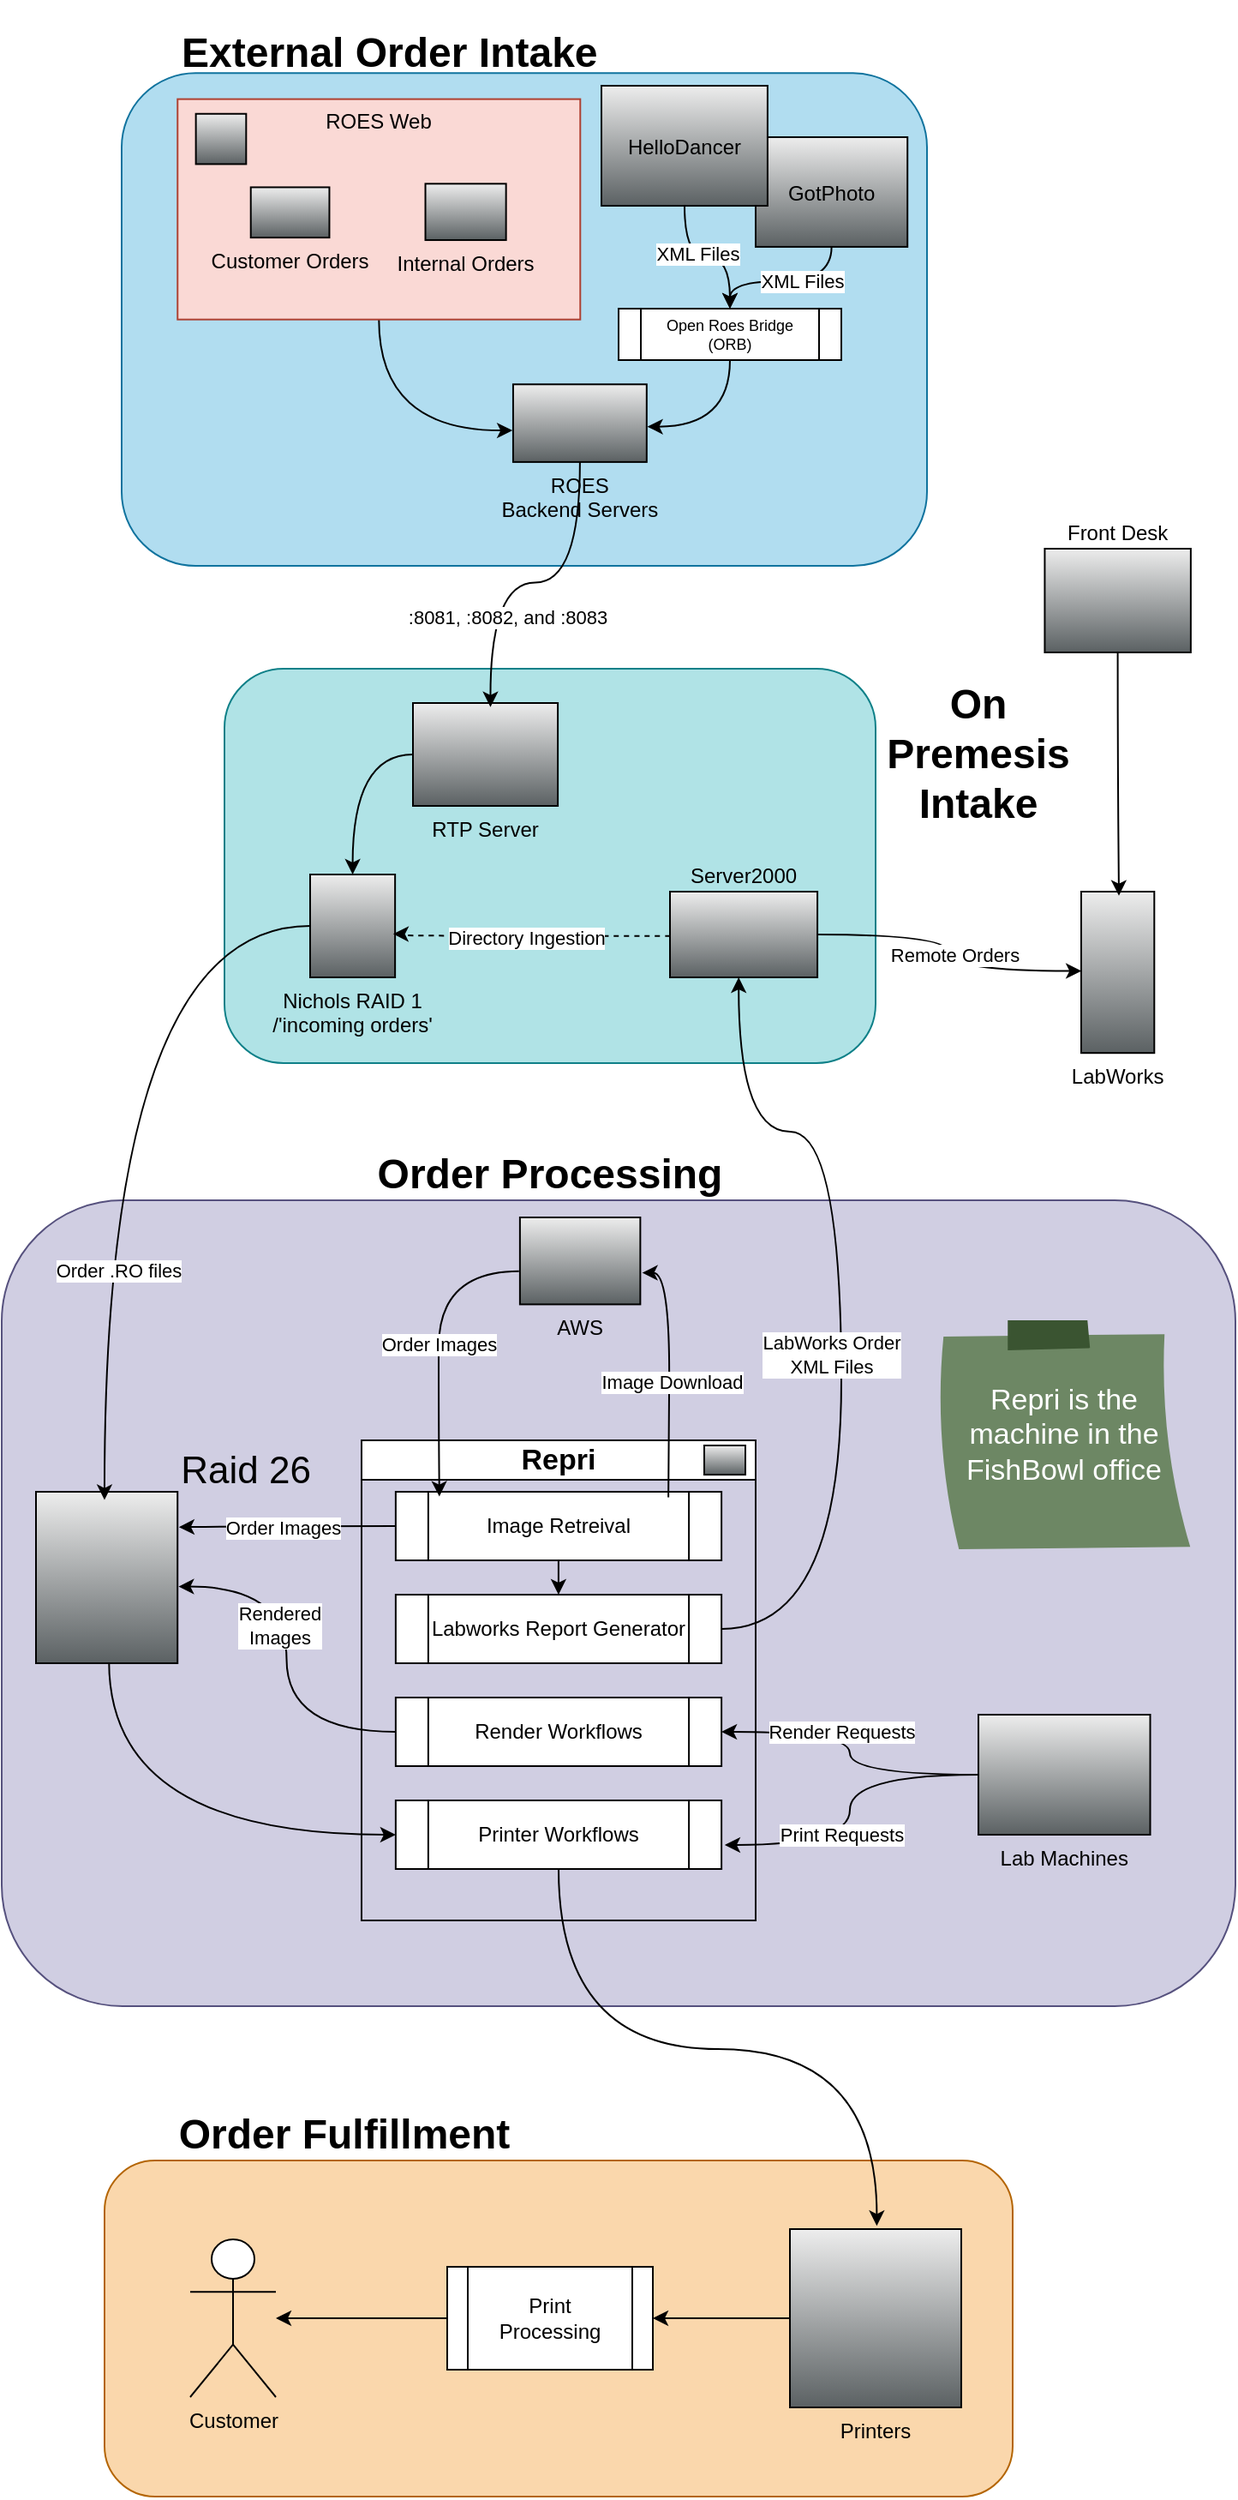
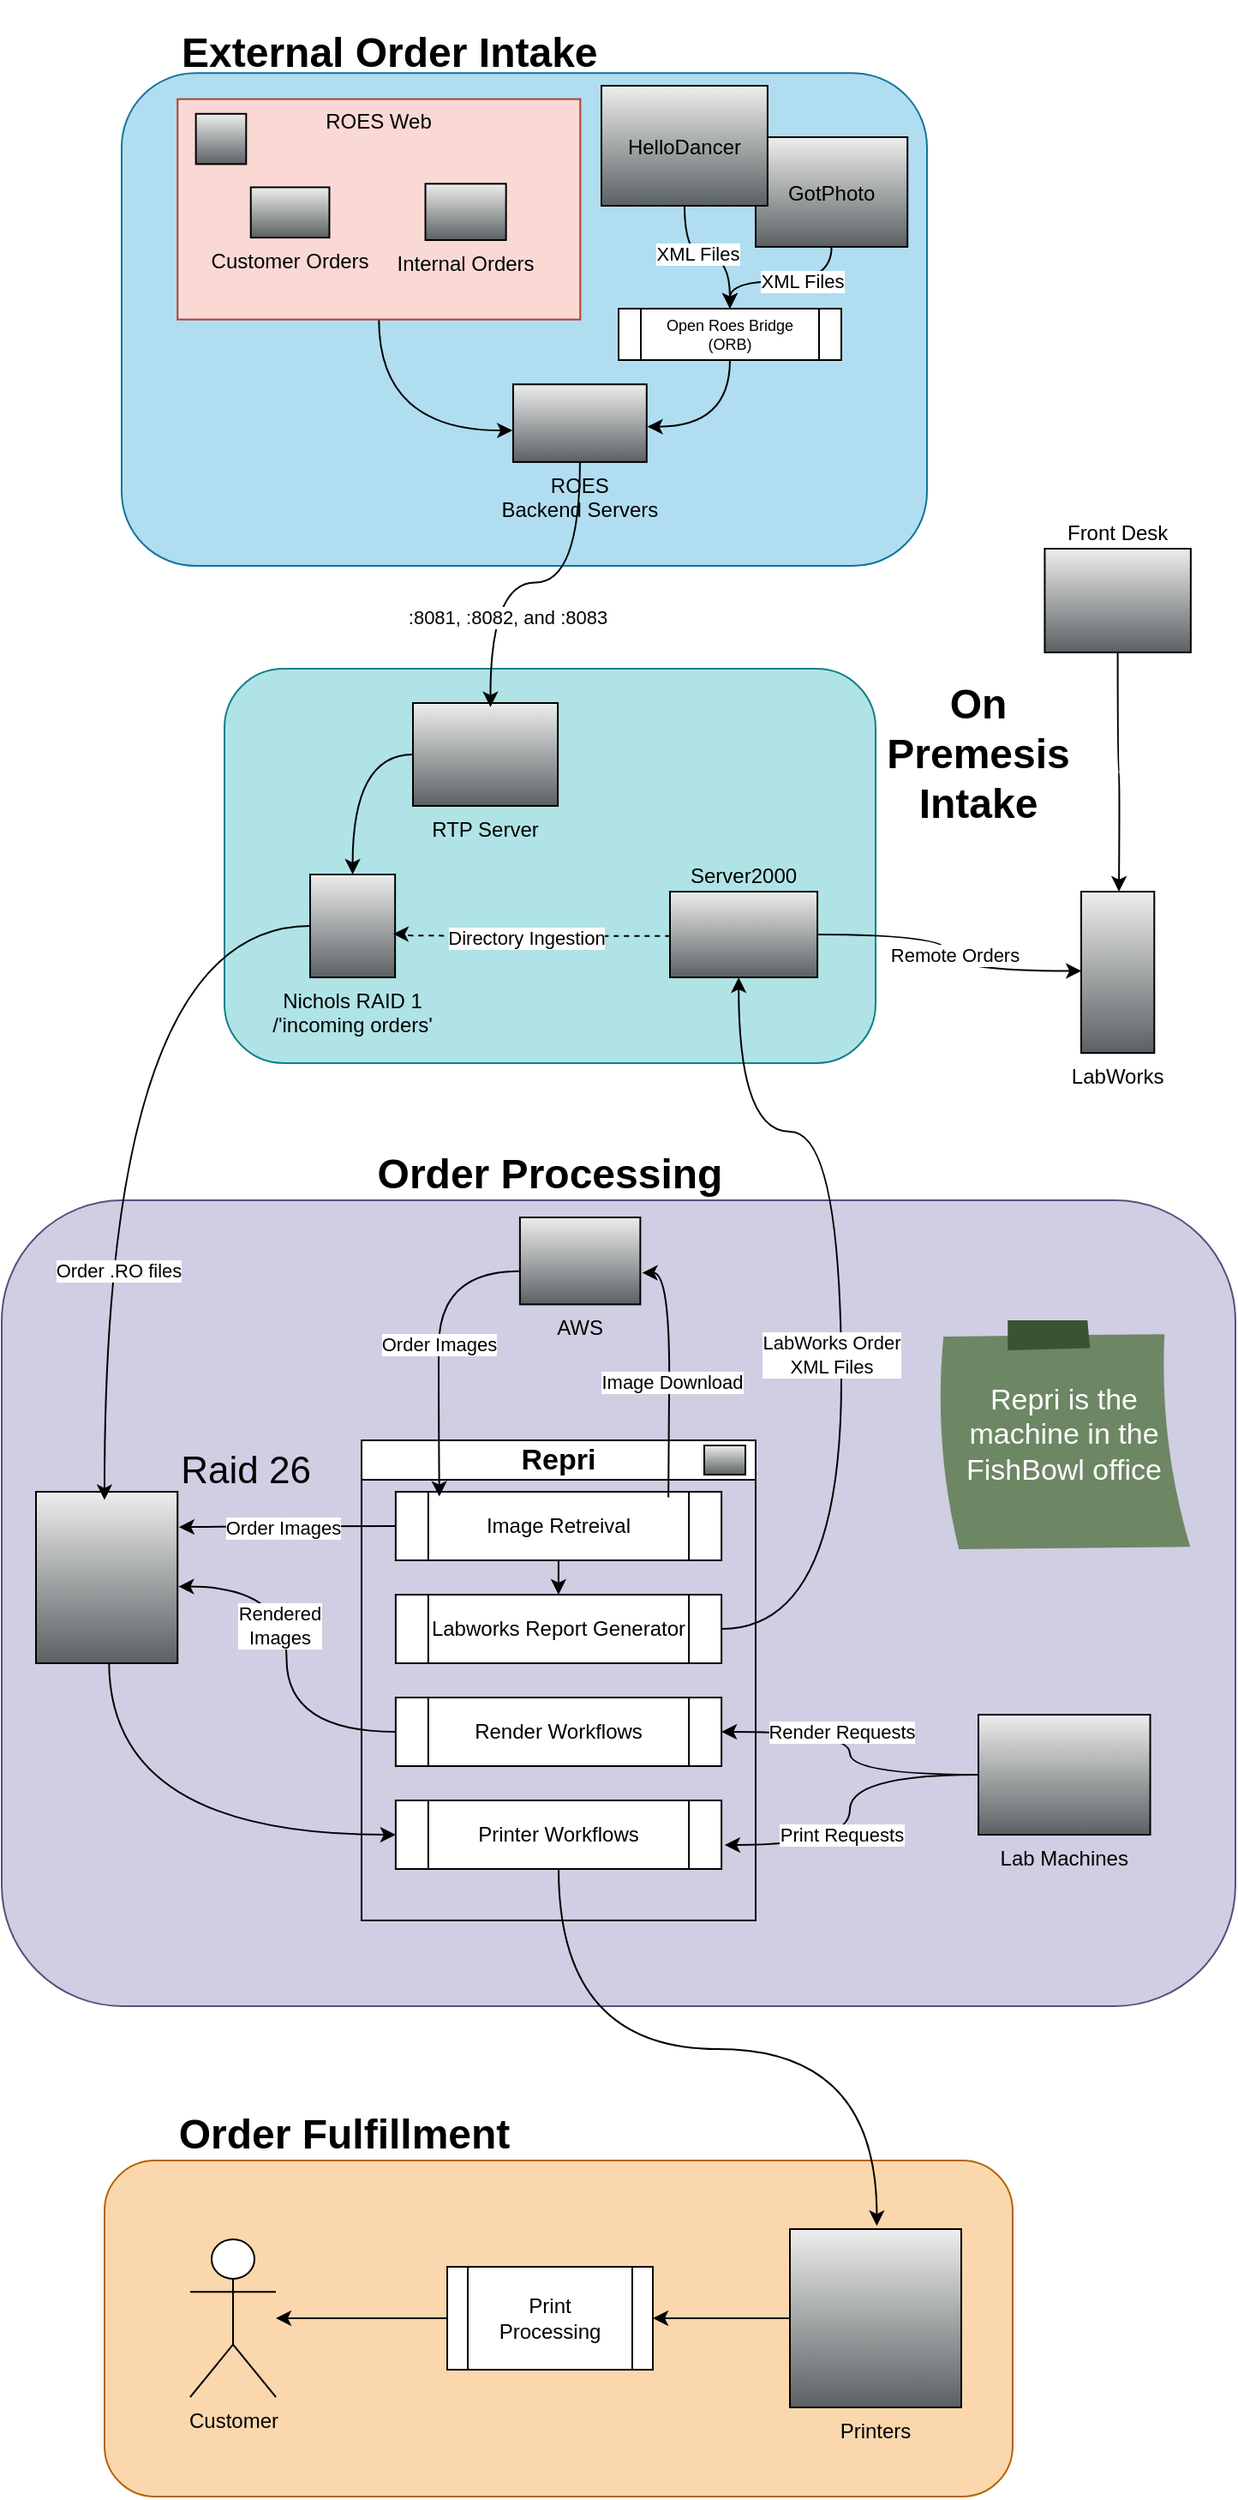
<mxfile host="app.diagrams.net">
  <diagram name="External Order Intake" id="xOiFyvTx0ugd0xP541Ys">
    <mxGraphModel dx="1138" dy="664" grid="1" gridSize="10" guides="1" tooltips="1" connect="1" arrows="1" fold="1" page="1" pageScale="1" pageWidth="850" pageHeight="1100" math="0" shadow="0">
      <root>
        <mxCell id="0" />
        <mxCell id="1" parent="0" />
        <mxCell id="Abbv7D0ucnFepgTgGXwM-46" connectable="0" parent="1" style="group" value="" vertex="1">
          <mxGeometry height="310" width="470" x="160" y="40" as="geometry" />
        </mxCell>
        <mxCell id="Abbv7D0ucnFepgTgGXwM-2" parent="Abbv7D0ucnFepgTgGXwM-46" style="rounded=1;whiteSpace=wrap;html=1;fillColor=#b1ddf0;strokeColor=#10739e;" value=" " vertex="1">
          <mxGeometry height="287.3170731707317" width="470.00000000000006" y="22.682926829268293" as="geometry" />
        </mxCell>
        <mxCell id="uFVznFZ-sdEEhWdo_pJ7-23" parent="Abbv7D0ucnFepgTgGXwM-46" style="shape=mxgraph.networks2.icon;aspect=fixed;fillColor=#EDEDED;strokeColor=#000000;gradientColor=#5B6163;network2IconShadow=1;network2bgFillColor=none;labelPosition=center;verticalLabelPosition=middle;align=center;verticalAlign=middle;network2Icon=mxgraph.networks2.cloud;network2IconYOffset=-0.08;network2IconW=1.0004;network2IconH=0.7222;" value="GotPhoto" vertex="1">
          <mxGeometry height="63.96" width="88.6" x="370" y="60" as="geometry" />
        </mxCell>
        <mxCell id="uFVznFZ-sdEEhWdo_pJ7-26" parent="Abbv7D0ucnFepgTgGXwM-46" style="fillColorStyles=neutralFill;neutralFill=#9DA6A8;shape=mxgraph.networks2.icon;aspect=fixed;fillColor=#EDEDED;strokeColor=#000000;gradientColor=#5B6163;network2IconShadow=1;network2bgFillColor=none;labelPosition=center;verticalLabelPosition=bottom;align=center;verticalAlign=top;network2Icon=mxgraph.networks2.server;network2IconW=1.0001;network2IconH=0.5812;" value="ROES&#xa;Backend Servers" vertex="1">
          <mxGeometry height="45.29897718332022" width="77.94659716758459" x="228.46569444444447" y="204.14634146341464" as="geometry" />
        </mxCell>
        <mxCell id="uFVznFZ-sdEEhWdo_pJ7-27" edge="1" parent="Abbv7D0ucnFepgTgGXwM-46" source="uFVznFZ-sdEEhWdo_pJ7-12" style="edgeStyle=orthogonalEdgeStyle;curved=1;rounded=0;orthogonalLoop=1;jettySize=auto;html=1;exitX=0.5;exitY=1;exitDx=0;exitDy=0;entryX=-0.005;entryY=0.594;entryDx=0;entryDy=0;entryPerimeter=0;" target="uFVznFZ-sdEEhWdo_pJ7-26">
          <mxGeometry relative="1" as="geometry" />
        </mxCell>
        <mxCell id="Abbv7D0ucnFepgTgGXwM-3" parent="Abbv7D0ucnFepgTgGXwM-46" style="text;html=1;whiteSpace=wrap;strokeColor=none;fillColor=none;align=left;verticalAlign=middle;rounded=0;" value="&lt;h1&gt;External Order Intake&lt;/h1&gt;" vertex="1">
          <mxGeometry height="22.68" width="407.36" x="32.64" as="geometry" />
        </mxCell>
        <mxCell id="Abbv7D0ucnFepgTgGXwM-45" connectable="0" parent="Abbv7D0ucnFepgTgGXwM-46" style="group;" value="" vertex="1">
          <mxGeometry height="128.53658536585368" width="235.00000000000003" x="32.63888888888889" y="37.804878048780495" as="geometry" />
        </mxCell>
        <mxCell id="uFVznFZ-sdEEhWdo_pJ7-12" parent="Abbv7D0ucnFepgTgGXwM-45" style="rounded=0;whiteSpace=wrap;html=1;fillColor=#fad9d5;strokeColor=#ae4132;" value="" vertex="1">
          <mxGeometry height="128.53658536585368" width="235.00000000000003" as="geometry" />
        </mxCell>
        <mxCell id="uFVznFZ-sdEEhWdo_pJ7-13" parent="Abbv7D0ucnFepgTgGXwM-45" style="shape=mxgraph.networks2.icon;aspect=fixed;fillColor=#EDEDED;strokeColor=#000000;gradientColor=#5B6163;network2IconShadow=1;network2bgFillColor=none;labelPosition=center;verticalLabelPosition=bottom;align=center;verticalAlign=top;network2Icon=mxgraph.networks2.globe;network2IconW=1;network2IconH=1;" value="" vertex="1">
          <mxGeometry height="29.33648046157881" width="29.33648046157881" x="10.681818181818182" y="8.56910569105691" as="geometry" />
        </mxCell>
        <mxCell id="uFVznFZ-sdEEhWdo_pJ7-14" parent="Abbv7D0ucnFepgTgGXwM-45" style="shape=mxgraph.networks2.icon;aspect=fixed;fillColor=#EDEDED;strokeColor=#000000;gradientColor=#5B6163;network2IconShadow=1;network2bgFillColor=none;labelPosition=center;verticalLabelPosition=bottom;align=center;verticalAlign=top;network2Icon=mxgraph.networks2.users;network2IconXOffset=0.0019;network2IconYOffset=-0.0004;network2IconW=1.0353;network2IconH=0.6623;" value="Customer Orders" vertex="1">
          <mxGeometry height="29.33648046157881" width="45.86025308156307" x="42.72727272727273" y="51.41463414634146" as="geometry" />
        </mxCell>
        <mxCell id="uFVznFZ-sdEEhWdo_pJ7-15" parent="Abbv7D0ucnFepgTgGXwM-45" style="shape=mxgraph.networks2.icon;aspect=fixed;fillColor=#EDEDED;strokeColor=#000000;gradientColor=#5B6163;network2IconShadow=1;network2bgFillColor=none;labelPosition=center;verticalLabelPosition=bottom;align=center;verticalAlign=top;network2Icon=mxgraph.networks2.lan;network2IconYOffset=0.0558;network2IconW=1.0834;network2IconH=0.7564;" value="Internal Orders" vertex="1">
          <mxGeometry height="32.85685811696826" width="47.0630487804878" x="144.61949300699303" y="49.35804878048783" as="geometry" />
        </mxCell>
        <mxCell id="uFVznFZ-sdEEhWdo_pJ7-25" parent="Abbv7D0ucnFepgTgGXwM-45" style="text;html=1;whiteSpace=wrap;strokeColor=none;fillColor=none;align=center;verticalAlign=middle;rounded=0;" value="ROES Web" vertex="1">
          <mxGeometry height="25.70731707317073" width="72.3076923076923" x="81.34615384615385" as="geometry" />
        </mxCell>
        <mxCell id="jQCsffpuLkgTT5c4SlJs-1" parent="Abbv7D0ucnFepgTgGXwM-46" style="shape=mxgraph.networks2.icon;aspect=fixed;fillColor=#EDEDED;strokeColor=#000000;gradientColor=#5B6163;network2IconShadow=1;network2bgFillColor=none;labelPosition=center;verticalLabelPosition=middle;align=center;verticalAlign=middle;network2Icon=mxgraph.networks2.cloud;network2IconYOffset=-0.08;network2IconW=1.0004;network2IconH=0.7222;" value="HelloDancer" vertex="1">
          <mxGeometry height="70" width="96.96" x="280" y="30" as="geometry" />
        </mxCell>
        <mxCell id="Abbv7D0ucnFepgTgGXwM-63" connectable="0" parent="1" style="group;labelPosition=center;verticalLabelPosition=bottom;align=center;verticalAlign=top;" value=" " vertex="1">
          <mxGeometry height="230" width="514.8699999999999" x="220" y="410" as="geometry" />
        </mxCell>
        <mxCell id="Abbv7D0ucnFepgTgGXwM-58" parent="Abbv7D0ucnFepgTgGXwM-63" style="rounded=1;whiteSpace=wrap;html=1;fillColor=#b0e3e6;strokeColor=#0e8088;" value=" " vertex="1">
          <mxGeometry height="230" width="380" as="geometry" />
        </mxCell>
        <mxCell id="Abbv7D0ucnFepgTgGXwM-61" edge="1" parent="Abbv7D0ucnFepgTgGXwM-63" source="Abbv7D0ucnFepgTgGXwM-48" style="edgeStyle=orthogonalEdgeStyle;curved=1;rounded=0;orthogonalLoop=1;jettySize=auto;html=1;" target="Abbv7D0ucnFepgTgGXwM-49">
          <mxGeometry relative="1" as="geometry" />
        </mxCell>
        <mxCell id="Abbv7D0ucnFepgTgGXwM-48" parent="Abbv7D0ucnFepgTgGXwM-63" style="shape=mxgraph.networks2.icon;aspect=fixed;fillColor=#EDEDED;strokeColor=#000000;gradientColor=#5B6163;network2IconShadow=1;network2bgFillColor=none;labelPosition=center;verticalLabelPosition=bottom;align=center;verticalAlign=top;network2Icon=mxgraph.networks2.pc;network2IconYOffset=-0.0593;network2IconW=0.9999;network2IconH=0.7096;" value="RTP Server" vertex="1">
          <mxGeometry height="60" width="84.55" x="110" y="20" as="geometry" />
        </mxCell>
        <mxCell id="Abbv7D0ucnFepgTgGXwM-49" parent="Abbv7D0ucnFepgTgGXwM-63" style="shape=mxgraph.networks2.icon;aspect=fixed;fillColor=#EDEDED;strokeColor=#000000;gradientColor=#5B6163;network2IconShadow=1;network2bgFillColor=none;labelPosition=center;verticalLabelPosition=bottom;align=center;verticalAlign=top;network2Icon=mxgraph.networks2.data_storage;network2IconW=0.8252;network2IconH=0.9989;" value="Nichols RAID 1&#xa;/&#39;incoming orders&#39;" vertex="1">
          <mxGeometry height="60" width="49.57" x="50" y="120" as="geometry" />
        </mxCell>
        <mxCell id="Abbv7D0ucnFepgTgGXwM-50" parent="Abbv7D0ucnFepgTgGXwM-63" style="fillColorStyles=neutralFill;neutralFill=#9DA6A8;shape=mxgraph.networks2.icon;aspect=fixed;fillColor=#EDEDED;strokeColor=#000000;gradientColor=#5B6163;network2IconShadow=1;network2bgFillColor=none;labelPosition=center;verticalLabelPosition=top;align=center;verticalAlign=bottom;network2Icon=mxgraph.networks2.server;network2IconW=1.0001;network2IconH=0.5812;" value="Server2000" vertex="1">
          <mxGeometry height="50" width="86.04" x="260" y="130" as="geometry" />
        </mxCell>
        <mxCell id="Abbv7D0ucnFepgTgGXwM-53" edge="1" parent="Abbv7D0ucnFepgTgGXwM-63" source="Abbv7D0ucnFepgTgGXwM-50" style="edgeStyle=orthogonalEdgeStyle;curved=1;rounded=0;orthogonalLoop=1;jettySize=auto;html=1;entryX=0.968;entryY=0.578;entryDx=0;entryDy=0;entryPerimeter=0;startArrow=none;startFill=0;dashed=1;exitX=0.003;exitY=0.518;exitDx=0;exitDy=0;exitPerimeter=0;" value=" ">
          <mxGeometry relative="1" as="geometry">
            <Array as="points">
              <mxPoint x="100" y="156" />
              <mxPoint x="100" y="155" />
            </Array>
            <mxPoint x="259.9998" y="157.5" as="sourcePoint" />
            <mxPoint x="98.41376000000008" y="154.68000000000006" as="targetPoint" />
          </mxGeometry>
        </mxCell>
        <mxCell id="Abbv7D0ucnFepgTgGXwM-57" connectable="0" parent="Abbv7D0ucnFepgTgGXwM-53" style="edgeLabel;html=1;align=center;verticalAlign=middle;resizable=0;points=[];" value="Directory Ingestion" vertex="1">
          <mxGeometry relative="1" x="0.0378" y="1" as="geometry">
            <mxPoint as="offset" />
          </mxGeometry>
        </mxCell>
        <mxCell id="Abbv7D0ucnFepgTgGXwM-62" parent="Abbv7D0ucnFepgTgGXwM-63" style="text;html=1;whiteSpace=wrap;strokeColor=none;fillColor=none;align=center;verticalAlign=middle;rounded=0;" value="&lt;h1&gt;On Premesis Intake&lt;/h1&gt;" vertex="1">
          <mxGeometry height="80" width="120" x="380" y="10" as="geometry" />
        </mxCell>
        <mxCell id="Abbv7D0ucnFepgTgGXwM-144" connectable="0" parent="1" style="group" value="" vertex="1">
          <mxGeometry height="500" width="720.13" x="90" y="690" as="geometry" />
        </mxCell>
        <mxCell id="Abbv7D0ucnFepgTgGXwM-132" parent="Abbv7D0ucnFepgTgGXwM-144" style="rounded=1;whiteSpace=wrap;html=1;fillColor=#d0cee2;strokeColor=#56517e;" value=" " vertex="1">
          <mxGeometry height="470" width="720" y="30" as="geometry" />
        </mxCell>
        <mxCell id="Abbv7D0ucnFepgTgGXwM-123" edge="1" parent="Abbv7D0ucnFepgTgGXwM-144" source="Abbv7D0ucnFepgTgGXwM-55" style="edgeStyle=orthogonalEdgeStyle;curved=1;rounded=0;orthogonalLoop=1;jettySize=auto;html=1;entryX=0;entryY=0.5;entryDx=0;entryDy=0;exitX=0.516;exitY=0.991;exitDx=0;exitDy=0;exitPerimeter=0;" target="Abbv7D0ucnFepgTgGXwM-87">
          <mxGeometry relative="1" as="geometry" />
        </mxCell>
        <mxCell id="Abbv7D0ucnFepgTgGXwM-124" connectable="0" parent="Abbv7D0ucnFepgTgGXwM-123" style="edgeLabel;html=1;align=center;verticalAlign=middle;resizable=0;points=[];" value=" " vertex="1">
          <mxGeometry relative="1" x="-0.5108" y="29" as="geometry">
            <mxPoint as="offset" />
          </mxGeometry>
        </mxCell>
        <mxCell id="Abbv7D0ucnFepgTgGXwM-55" parent="Abbv7D0ucnFepgTgGXwM-144" style="shape=mxgraph.networks2.icon;aspect=fixed;fillColor=#EDEDED;strokeColor=#000000;gradientColor=#5B6163;network2IconShadow=1;network2bgFillColor=none;labelPosition=right;verticalLabelPosition=top;align=left;verticalAlign=bottom;network2Icon=mxgraph.networks2.data_storage;network2IconW=0.8252;network2IconH=0.9989;fontSize=22;" value="Raid 26" vertex="1">
          <mxGeometry height="100" width="82.61" x="20" y="200" as="geometry" />
        </mxCell>
        <mxCell id="Abbv7D0ucnFepgTgGXwM-125" edge="1" parent="Abbv7D0ucnFepgTgGXwM-144" source="Abbv7D0ucnFepgTgGXwM-65" style="edgeStyle=orthogonalEdgeStyle;curved=1;rounded=0;orthogonalLoop=1;jettySize=auto;html=1;entryX=1;entryY=0.5;entryDx=0;entryDy=0;" target="Abbv7D0ucnFepgTgGXwM-70">
          <mxGeometry relative="1" as="geometry" />
        </mxCell>
        <mxCell id="Abbv7D0ucnFepgTgGXwM-127" connectable="0" parent="Abbv7D0ucnFepgTgGXwM-125" style="edgeLabel;html=1;align=center;verticalAlign=middle;resizable=0;points=[];" value="Render Requests" vertex="1">
          <mxGeometry relative="1" x="0.4996" y="2" as="geometry">
            <mxPoint x="26" y="-2" as="offset" />
          </mxGeometry>
        </mxCell>
        <mxCell id="Abbv7D0ucnFepgTgGXwM-65" parent="Abbv7D0ucnFepgTgGXwM-144" style="shape=mxgraph.networks2.icon;aspect=fixed;fillColor=#EDEDED;strokeColor=#000000;gradientColor=#5B6163;network2IconShadow=1;network2bgFillColor=none;labelPosition=center;verticalLabelPosition=bottom;align=center;verticalAlign=top;network2Icon=mxgraph.networks2.lan;network2IconYOffset=0.0558;network2IconW=1.0834;network2IconH=0.7564;" value="Lab Machines" vertex="1">
          <mxGeometry height="70" width="100.26" x="570" y="330" as="geometry" />
        </mxCell>
        <mxCell id="Abbv7D0ucnFepgTgGXwM-67" parent="Abbv7D0ucnFepgTgGXwM-144" style="shape=mxgraph.networks2.icon;aspect=fixed;fillColor=#EDEDED;strokeColor=#000000;gradientColor=#5B6163;network2IconShadow=1;network2bgFillColor=none;labelPosition=center;verticalLabelPosition=bottom;align=center;verticalAlign=top;network2Icon=mxgraph.networks2.cloud;network2IconYOffset=-0.08;network2IconW=1.0004;network2IconH=0.7222;" value="AWS" vertex="1">
          <mxGeometry height="50.71" width="70.24" x="302.44" y="40" as="geometry" />
        </mxCell>
        <mxCell id="Abbv7D0ucnFepgTgGXwM-68" parent="Abbv7D0ucnFepgTgGXwM-144" style="swimlane;whiteSpace=wrap;html=1;align=center;fontSize=17;" value="&lt;div align=&quot;center&quot;&gt;Repri&lt;/div&gt;" vertex="1">
          <mxGeometry height="280" width="230" x="210" y="170" as="geometry">
            <mxRectangle height="30" width="140" x="105.12" y="1050" as="alternateBounds" />
          </mxGeometry>
        </mxCell>
        <mxCell id="Abbv7D0ucnFepgTgGXwM-66" parent="Abbv7D0ucnFepgTgGXwM-68" style="shape=mxgraph.networks2.icon;aspect=fixed;fillColor=#EDEDED;strokeColor=#000000;gradientColor=#5B6163;network2IconShadow=1;network2bgFillColor=none;labelPosition=center;verticalLabelPosition=bottom;align=center;verticalAlign=top;network2Icon=mxgraph.networks2.pc;network2IconYOffset=-0.0593;network2IconW=0.9999;network2IconH=0.7096;" value=" " vertex="1">
          <mxGeometry height="17.03" width="24" x="200" y="3" as="geometry" />
        </mxCell>
        <mxCell id="Abbv7D0ucnFepgTgGXwM-79" edge="1" parent="Abbv7D0ucnFepgTgGXwM-68" source="Abbv7D0ucnFepgTgGXwM-69" style="edgeStyle=orthogonalEdgeStyle;curved=1;rounded=0;orthogonalLoop=1;jettySize=auto;html=1;entryX=0.5;entryY=0;entryDx=0;entryDy=0;" target="Abbv7D0ucnFepgTgGXwM-78">
          <mxGeometry relative="1" as="geometry" />
        </mxCell>
        <mxCell id="Abbv7D0ucnFepgTgGXwM-69" parent="Abbv7D0ucnFepgTgGXwM-68" style="shape=process;whiteSpace=wrap;html=1;backgroundOutline=1;" value="Image Retreival" vertex="1">
          <mxGeometry height="40" width="190.12" x="19.94" y="30" as="geometry" />
        </mxCell>
        <mxCell id="Abbv7D0ucnFepgTgGXwM-70" parent="Abbv7D0ucnFepgTgGXwM-68" style="shape=process;whiteSpace=wrap;html=1;backgroundOutline=1;" value="Render Workflows" vertex="1">
          <mxGeometry height="40" width="190.12" x="19.939999999999998" y="150" as="geometry" />
        </mxCell>
        <mxCell id="Abbv7D0ucnFepgTgGXwM-78" parent="Abbv7D0ucnFepgTgGXwM-68" style="shape=process;whiteSpace=wrap;html=1;backgroundOutline=1;" value="Labworks Report Generator" vertex="1">
          <mxGeometry height="40" width="190.12" x="19.939999999999998" y="90" as="geometry" />
        </mxCell>
        <mxCell id="Abbv7D0ucnFepgTgGXwM-87" parent="Abbv7D0ucnFepgTgGXwM-68" style="shape=process;whiteSpace=wrap;html=1;backgroundOutline=1;" value="Printer Workflows" vertex="1">
          <mxGeometry height="40" width="190.12" x="19.939999999999998" y="210" as="geometry" />
        </mxCell>
        <mxCell id="Abbv7D0ucnFepgTgGXwM-71" edge="1" parent="Abbv7D0ucnFepgTgGXwM-144" source="Abbv7D0ucnFepgTgGXwM-69" style="edgeStyle=orthogonalEdgeStyle;curved=1;rounded=0;orthogonalLoop=1;jettySize=auto;html=1;entryX=1.016;entryY=0.637;entryDx=0;entryDy=0;entryPerimeter=0;exitX=0.837;exitY=0.082;exitDx=0;exitDy=0;exitPerimeter=0;" target="Abbv7D0ucnFepgTgGXwM-67">
          <mxGeometry relative="1" as="geometry">
            <Array as="points">
              <mxPoint x="389" y="200" />
              <mxPoint x="390" y="200" />
              <mxPoint x="390" y="72" />
            </Array>
            <mxPoint x="400" y="198" as="sourcePoint" />
          </mxGeometry>
        </mxCell>
        <mxCell id="Abbv7D0ucnFepgTgGXwM-72" connectable="0" parent="Abbv7D0ucnFepgTgGXwM-71" style="edgeLabel;html=1;align=center;verticalAlign=middle;resizable=0;points=[];" value="Image Download" vertex="1">
          <mxGeometry relative="1" x="-0.0797" y="-1" as="geometry">
            <mxPoint as="offset" />
          </mxGeometry>
        </mxCell>
        <mxCell id="Abbv7D0ucnFepgTgGXwM-73" edge="1" parent="Abbv7D0ucnFepgTgGXwM-144" source="Abbv7D0ucnFepgTgGXwM-67" style="edgeStyle=orthogonalEdgeStyle;curved=1;rounded=0;orthogonalLoop=1;jettySize=auto;html=1;entryX=0.134;entryY=0.07;entryDx=0;entryDy=0;entryPerimeter=0;exitX=-0.008;exitY=0.619;exitDx=0;exitDy=0;exitPerimeter=0;" target="Abbv7D0ucnFepgTgGXwM-69">
          <mxGeometry relative="1" as="geometry">
            <Array as="points">
              <mxPoint x="255" y="71" />
              <mxPoint x="255" y="160" />
            </Array>
          </mxGeometry>
        </mxCell>
        <mxCell id="Abbv7D0ucnFepgTgGXwM-74" connectable="0" parent="Abbv7D0ucnFepgTgGXwM-73" style="edgeLabel;html=1;align=center;verticalAlign=middle;resizable=0;points=[];" value="Order Images" vertex="1">
          <mxGeometry relative="1" x="0.0052" as="geometry">
            <mxPoint as="offset" />
          </mxGeometry>
        </mxCell>
        <mxCell id="Abbv7D0ucnFepgTgGXwM-118" edge="1" parent="Abbv7D0ucnFepgTgGXwM-144" source="Abbv7D0ucnFepgTgGXwM-69" style="edgeStyle=orthogonalEdgeStyle;curved=1;rounded=0;orthogonalLoop=1;jettySize=auto;html=1;entryX=1.01;entryY=0.206;entryDx=0;entryDy=0;entryPerimeter=0;" target="Abbv7D0ucnFepgTgGXwM-55">
          <mxGeometry relative="1" as="geometry" />
        </mxCell>
        <mxCell id="Abbv7D0ucnFepgTgGXwM-120" connectable="0" parent="Abbv7D0ucnFepgTgGXwM-118" style="edgeLabel;html=1;align=center;verticalAlign=middle;resizable=0;points=[];" value="Order Images" vertex="1">
          <mxGeometry relative="1" x="0.0556" as="geometry">
            <mxPoint as="offset" />
          </mxGeometry>
        </mxCell>
        <mxCell id="Abbv7D0ucnFepgTgGXwM-121" edge="1" parent="Abbv7D0ucnFepgTgGXwM-144" source="Abbv7D0ucnFepgTgGXwM-70" style="edgeStyle=orthogonalEdgeStyle;curved=1;rounded=0;orthogonalLoop=1;jettySize=auto;html=1;entryX=1.007;entryY=0.553;entryDx=0;entryDy=0;entryPerimeter=0;" target="Abbv7D0ucnFepgTgGXwM-55">
          <mxGeometry relative="1" as="geometry" />
        </mxCell>
        <mxCell id="Abbv7D0ucnFepgTgGXwM-122" connectable="0" parent="Abbv7D0ucnFepgTgGXwM-121" style="edgeLabel;html=1;align=center;verticalAlign=middle;resizable=0;points=[];" value="Rendered&lt;br&gt;Images" vertex="1">
          <mxGeometry relative="1" x="0.1933" y="5" as="geometry">
            <mxPoint as="offset" />
          </mxGeometry>
        </mxCell>
        <mxCell id="Abbv7D0ucnFepgTgGXwM-126" edge="1" parent="Abbv7D0ucnFepgTgGXwM-144" source="Abbv7D0ucnFepgTgGXwM-65" style="edgeStyle=orthogonalEdgeStyle;curved=1;rounded=0;orthogonalLoop=1;jettySize=auto;html=1;entryX=1.01;entryY=0.65;entryDx=0;entryDy=0;entryPerimeter=0;" target="Abbv7D0ucnFepgTgGXwM-87">
          <mxGeometry relative="1" as="geometry" />
        </mxCell>
        <mxCell id="Abbv7D0ucnFepgTgGXwM-128" connectable="0" parent="Abbv7D0ucnFepgTgGXwM-126" style="edgeLabel;html=1;align=center;verticalAlign=middle;resizable=0;points=[];" value="Print Requests" vertex="1">
          <mxGeometry relative="1" x="0.4408" y="-6" as="geometry">
            <mxPoint x="15" as="offset" />
          </mxGeometry>
        </mxCell>
        <mxCell id="Abbv7D0ucnFepgTgGXwM-143" parent="Abbv7D0ucnFepgTgGXwM-144" style="text;html=1;whiteSpace=wrap;strokeColor=none;fillColor=none;align=center;verticalAlign=middle;rounded=0;" value="&lt;h1&gt;Order Processing&lt;/h1&gt;" vertex="1">
          <mxGeometry height="30" width="320" x="160" as="geometry" />
        </mxCell>
        <mxCell id="jQCsffpuLkgTT5c4SlJs-15" parent="Abbv7D0ucnFepgTgGXwM-144" style="strokeWidth=1;shadow=0;dashed=0;align=center;html=1;shape=mxgraph.mockup.text.stickyNote2;fontColor=#ffffff;mainText=;fontSize=17;whiteSpace=wrap;fillColor=#6d8764;strokeColor=#3A5431;" value="Repri is the machine in the FishBowl office" vertex="1">
          <mxGeometry height="134.87" width="150" x="545.13" y="100" as="geometry" />
        </mxCell>
        <mxCell id="Abbv7D0ucnFepgTgGXwM-133" edge="1" parent="1" source="Abbv7D0ucnFepgTgGXwM-78" style="edgeStyle=orthogonalEdgeStyle;curved=1;rounded=0;orthogonalLoop=1;jettySize=auto;html=1;entryX=0.466;entryY=1;entryDx=0;entryDy=0;entryPerimeter=0;exitX=1;exitY=0.5;exitDx=0;exitDy=0;" target="Abbv7D0ucnFepgTgGXwM-50">
          <mxGeometry relative="1" as="geometry">
            <Array as="points">
              <mxPoint x="580" y="970" />
              <mxPoint x="580" y="680" />
              <mxPoint x="520" y="680" />
            </Array>
          </mxGeometry>
        </mxCell>
        <mxCell id="Abbv7D0ucnFepgTgGXwM-134" connectable="0" parent="Abbv7D0ucnFepgTgGXwM-133" style="edgeLabel;html=1;align=center;verticalAlign=middle;resizable=0;points=[];" value="&lt;div&gt;LabWorks Order&lt;/div&gt;&lt;div&gt;XML Files&lt;/div&gt;" vertex="1">
          <mxGeometry relative="1" x="0.2484" y="-1" as="geometry">
            <mxPoint x="-7" y="88" as="offset" />
          </mxGeometry>
        </mxCell>
        <mxCell id="Abbv7D0ucnFepgTgGXwM-116" edge="1" parent="1" source="Abbv7D0ucnFepgTgGXwM-49" style="edgeStyle=orthogonalEdgeStyle;curved=1;rounded=0;orthogonalLoop=1;jettySize=auto;html=1;entryX=0.484;entryY=0.048;entryDx=0;entryDy=0;entryPerimeter=0;" target="Abbv7D0ucnFepgTgGXwM-55">
          <mxGeometry relative="1" as="geometry" />
        </mxCell>
        <mxCell id="Abbv7D0ucnFepgTgGXwM-117" connectable="0" parent="Abbv7D0ucnFepgTgGXwM-116" style="edgeLabel;html=1;align=center;verticalAlign=middle;resizable=0;points=[];" value="Order .RO files" vertex="1">
          <mxGeometry relative="1" x="0.4085" y="8" as="geometry">
            <mxPoint as="offset" />
          </mxGeometry>
        </mxCell>
        <mxCell id="Abbv7D0ucnFepgTgGXwM-147" connectable="0" parent="1" style="group" value=" " vertex="1">
          <mxGeometry height="226" width="530" x="150" y="1250" as="geometry" />
        </mxCell>
        <mxCell id="Abbv7D0ucnFepgTgGXwM-142" parent="Abbv7D0ucnFepgTgGXwM-147" style="rounded=1;whiteSpace=wrap;html=1;fillColor=#fad7ac;strokeColor=#b46504;" value="" vertex="1">
          <mxGeometry height="196" width="530" y="30" as="geometry" />
        </mxCell>
        <mxCell id="Abbv7D0ucnFepgTgGXwM-139" edge="1" parent="Abbv7D0ucnFepgTgGXwM-147" source="Abbv7D0ucnFepgTgGXwM-135" style="edgeStyle=orthogonalEdgeStyle;curved=1;rounded=0;orthogonalLoop=1;jettySize=auto;html=1;entryX=1;entryY=0.5;entryDx=0;entryDy=0;" target="Abbv7D0ucnFepgTgGXwM-137">
          <mxGeometry relative="1" as="geometry" />
        </mxCell>
        <mxCell id="Abbv7D0ucnFepgTgGXwM-135" parent="Abbv7D0ucnFepgTgGXwM-147" style="fillColorStyles=neutralFill;neutralFill=#9DA6A8;shape=mxgraph.networks2.icon;aspect=fixed;fillColor=#EDEDED;strokeColor=#000000;gradientColor=#5B6163;network2IconShadow=1;network2bgFillColor=none;labelPosition=center;verticalLabelPosition=bottom;align=center;verticalAlign=top;network2Icon=mxgraph.networks2.printer;network2IconW=1;network2IconH=1.04;" value="Printers" vertex="1">
          <mxGeometry height="104" width="100" x="400" y="70" as="geometry" />
        </mxCell>
        <mxCell id="Abbv7D0ucnFepgTgGXwM-140" edge="1" parent="Abbv7D0ucnFepgTgGXwM-147" source="Abbv7D0ucnFepgTgGXwM-137" style="edgeStyle=orthogonalEdgeStyle;curved=1;rounded=0;orthogonalLoop=1;jettySize=auto;html=1;" target="Abbv7D0ucnFepgTgGXwM-138">
          <mxGeometry relative="1" as="geometry" />
        </mxCell>
        <mxCell id="Abbv7D0ucnFepgTgGXwM-137" parent="Abbv7D0ucnFepgTgGXwM-147" style="shape=process;whiteSpace=wrap;html=1;backgroundOutline=1;" value="&lt;div&gt;Print&lt;/div&gt;&lt;div&gt;Processing&lt;/div&gt;" vertex="1">
          <mxGeometry height="60" width="120" x="200" y="92" as="geometry" />
        </mxCell>
        <mxCell id="Abbv7D0ucnFepgTgGXwM-138" parent="Abbv7D0ucnFepgTgGXwM-147" style="shape=umlActor;verticalLabelPosition=bottom;verticalAlign=top;html=1;outlineConnect=0;" value="Customer" vertex="1">
          <mxGeometry height="92" width="50" x="50" y="76" as="geometry" />
        </mxCell>
        <mxCell id="Abbv7D0ucnFepgTgGXwM-146" parent="Abbv7D0ucnFepgTgGXwM-147" style="text;html=1;whiteSpace=wrap;strokeColor=none;fillColor=none;align=center;verticalAlign=middle;rounded=0;" value="&lt;h1&gt;Order Fulfillment&lt;/h1&gt;" vertex="1">
          <mxGeometry height="30" width="220" x="30" as="geometry" />
        </mxCell>
        <mxCell id="Abbv7D0ucnFepgTgGXwM-136" edge="1" parent="1" source="Abbv7D0ucnFepgTgGXwM-87" style="edgeStyle=orthogonalEdgeStyle;curved=1;rounded=0;orthogonalLoop=1;jettySize=auto;html=1;entryX=0.507;entryY=-0.018;entryDx=0;entryDy=0;entryPerimeter=0;exitX=0.5;exitY=1;exitDx=0;exitDy=0;" target="Abbv7D0ucnFepgTgGXwM-135">
          <mxGeometry relative="1" as="geometry" />
        </mxCell>
        <mxCell id="jQCsffpuLkgTT5c4SlJs-11" parent="1" style="shape=process;whiteSpace=wrap;html=1;backgroundOutline=1;fontSize=9;" value="&lt;div&gt;Open Roes Bridge&lt;/div&gt;&lt;div&gt;(ORB)&lt;/div&gt;" vertex="1">
          <mxGeometry height="30" width="130" x="450" y="200" as="geometry" />
        </mxCell>
        <mxCell id="jQCsffpuLkgTT5c4SlJs-12" edge="1" parent="1" source="jQCsffpuLkgTT5c4SlJs-1" style="edgeStyle=orthogonalEdgeStyle;curved=1;rounded=0;orthogonalLoop=1;jettySize=auto;html=1;entryX=0.5;entryY=0;entryDx=0;entryDy=0;" target="jQCsffpuLkgTT5c4SlJs-11">
          <mxGeometry relative="1" as="geometry" />
        </mxCell>
        <mxCell id="jQCsffpuLkgTT5c4SlJs-17" connectable="0" parent="jQCsffpuLkgTT5c4SlJs-12" style="edgeLabel;html=1;align=center;verticalAlign=middle;resizable=0;points=[];" value="XML Files" vertex="1">
          <mxGeometry relative="1" x="-0.1399" y="2" as="geometry">
            <mxPoint as="offset" />
          </mxGeometry>
        </mxCell>
        <mxCell id="jQCsffpuLkgTT5c4SlJs-13" edge="1" parent="1" source="uFVznFZ-sdEEhWdo_pJ7-23" style="edgeStyle=orthogonalEdgeStyle;curved=1;rounded=0;orthogonalLoop=1;jettySize=auto;html=1;entryX=0.5;entryY=0;entryDx=0;entryDy=0;" target="jQCsffpuLkgTT5c4SlJs-11">
          <mxGeometry relative="1" as="geometry" />
        </mxCell>
        <mxCell id="jQCsffpuLkgTT5c4SlJs-16" connectable="0" parent="jQCsffpuLkgTT5c4SlJs-13" style="edgeLabel;html=1;align=center;verticalAlign=middle;resizable=0;points=[];" value="XML Files" vertex="1">
          <mxGeometry relative="1" x="-0.2099" as="geometry">
            <mxPoint as="offset" />
          </mxGeometry>
        </mxCell>
        <mxCell id="jQCsffpuLkgTT5c4SlJs-14" edge="1" parent="1" source="jQCsffpuLkgTT5c4SlJs-11" style="edgeStyle=orthogonalEdgeStyle;curved=1;rounded=0;orthogonalLoop=1;jettySize=auto;html=1;entryX=1.005;entryY=0.545;entryDx=0;entryDy=0;entryPerimeter=0;" target="uFVznFZ-sdEEhWdo_pJ7-26">
          <mxGeometry relative="1" as="geometry" />
        </mxCell>
        <mxCell id="Abbv7D0ucnFepgTgGXwM-59" edge="1" parent="1" source="uFVznFZ-sdEEhWdo_pJ7-26" style="edgeStyle=orthogonalEdgeStyle;curved=1;rounded=0;orthogonalLoop=1;jettySize=auto;html=1;entryX=0.535;entryY=0.039;entryDx=0;entryDy=0;entryPerimeter=0;" target="Abbv7D0ucnFepgTgGXwM-48">
          <mxGeometry relative="1" as="geometry" />
        </mxCell>
        <mxCell id="Abbv7D0ucnFepgTgGXwM-60" connectable="0" parent="Abbv7D0ucnFepgTgGXwM-59" style="edgeLabel;html=1;align=center;verticalAlign=middle;resizable=0;points=[];" value=":8081, :8082, and :8083" vertex="1">
          <mxGeometry relative="1" x="0.1735" as="geometry">
            <mxPoint x="2" y="20" as="offset" />
          </mxGeometry>
        </mxCell>
        <mxCell id="jQCsffpuLkgTT5c4SlJs-20" parent="1" style="shape=mxgraph.networks2.icon;aspect=fixed;fillColor=#EDEDED;strokeColor=#000000;gradientColor=#5B6163;network2IconShadow=1;network2bgFillColor=none;labelPosition=center;verticalLabelPosition=bottom;align=center;verticalAlign=top;network2Icon=mxgraph.networks2.desktop_pc;network2IconXOffset=-0.0034;network2IconYOffset=0.00035;network2IconW=0.453;network2IconH=0.9995;" value="LabWorks" vertex="1">
          <mxGeometry height="94.1" width="42.65" x="720" y="540" as="geometry" />
        </mxCell>
        <mxCell id="jQCsffpuLkgTT5c4SlJs-21" edge="1" parent="1" source="Abbv7D0ucnFepgTgGXwM-50" style="edgeStyle=orthogonalEdgeStyle;curved=1;rounded=0;orthogonalLoop=1;jettySize=auto;html=1;entryX=0.002;entryY=0.492;entryDx=0;entryDy=0;entryPerimeter=0;" target="jQCsffpuLkgTT5c4SlJs-20">
          <mxGeometry relative="1" as="geometry" />
        </mxCell>
        <mxCell id="jQCsffpuLkgTT5c4SlJs-22" connectable="0" parent="jQCsffpuLkgTT5c4SlJs-21" style="edgeLabel;html=1;align=center;verticalAlign=middle;resizable=0;points=[];" value="Remote Orders" vertex="1">
          <mxGeometry relative="1" x="0.0106" y="3" as="geometry">
            <mxPoint as="offset" />
          </mxGeometry>
        </mxCell>
        <mxCell id="jQCsffpuLkgTT5c4SlJs-23" parent="1" style="shape=mxgraph.networks2.icon;aspect=fixed;fillColor=#EDEDED;strokeColor=#000000;gradientColor=#5B6163;network2IconShadow=1;network2bgFillColor=none;labelPosition=center;verticalLabelPosition=top;align=center;verticalAlign=bottom;network2Icon=mxgraph.networks2.pc;network2IconYOffset=-0.0593;network2IconW=0.9999;network2IconH=0.7096;" value="Front Desk" vertex="1">
          <mxGeometry height="60.48" width="85.22" x="698.72" y="340" as="geometry" />
        </mxCell>
-         <mxCell id="jQCsffpuLkgTT5c4SlJs-24" edge="1" parent="1" source="jQCsffpuLkgTT5c4SlJs-23" style="edgeStyle=orthogonalEdgeStyle;curved=1;rounded=0;orthogonalLoop=1;jettySize=auto;html=1;entryX=0.516;entryY=0.025;entryDx=0;entryDy=0;entryPerimeter=0;" target="jQCsffpuLkgTT5c4SlJs-20">
-           <mxGeometry relative="1" as="geometry" />
+         <mxCell id="jQCsffpuLkgTT5c4SlJs-24" edge="1" parent="1" source="jQCsffpuLkgTT5c4SlJs-23" style="edgeStyle=orthogonalEdgeStyle;curved=1;rounded=0;orthogonalLoop=1;jettySize=auto;html=1;">
+           <mxGeometry relative="1" as="geometry">
+             <mxPoint x="742" y="540" as="targetPoint" />
+           </mxGeometry>
        </mxCell>
      </root>
    </mxGraphModel>
  </diagram>
</mxfile>
